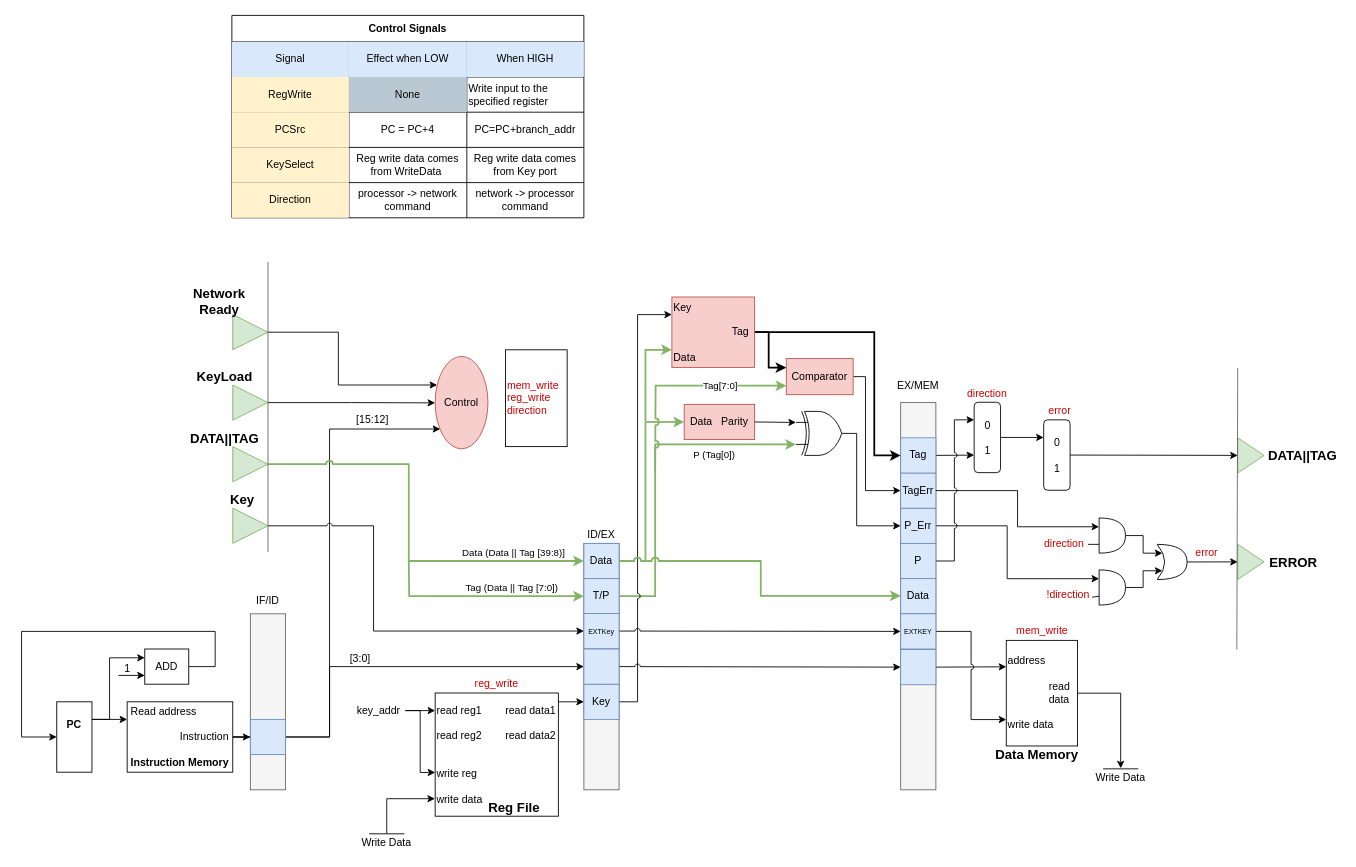
The draw.io diagram overall.drawio in featherbear/UNSW-COMP3211, before the edit. Source tidied: cells renumbered, new cells numbered last; positions are measured from the earlier drawing's top-left corner, leaving out a move shared by most shapes. Both pictures are drawn from the tidied source at 88%, with x=0, y=0 at pixel (21, 15).
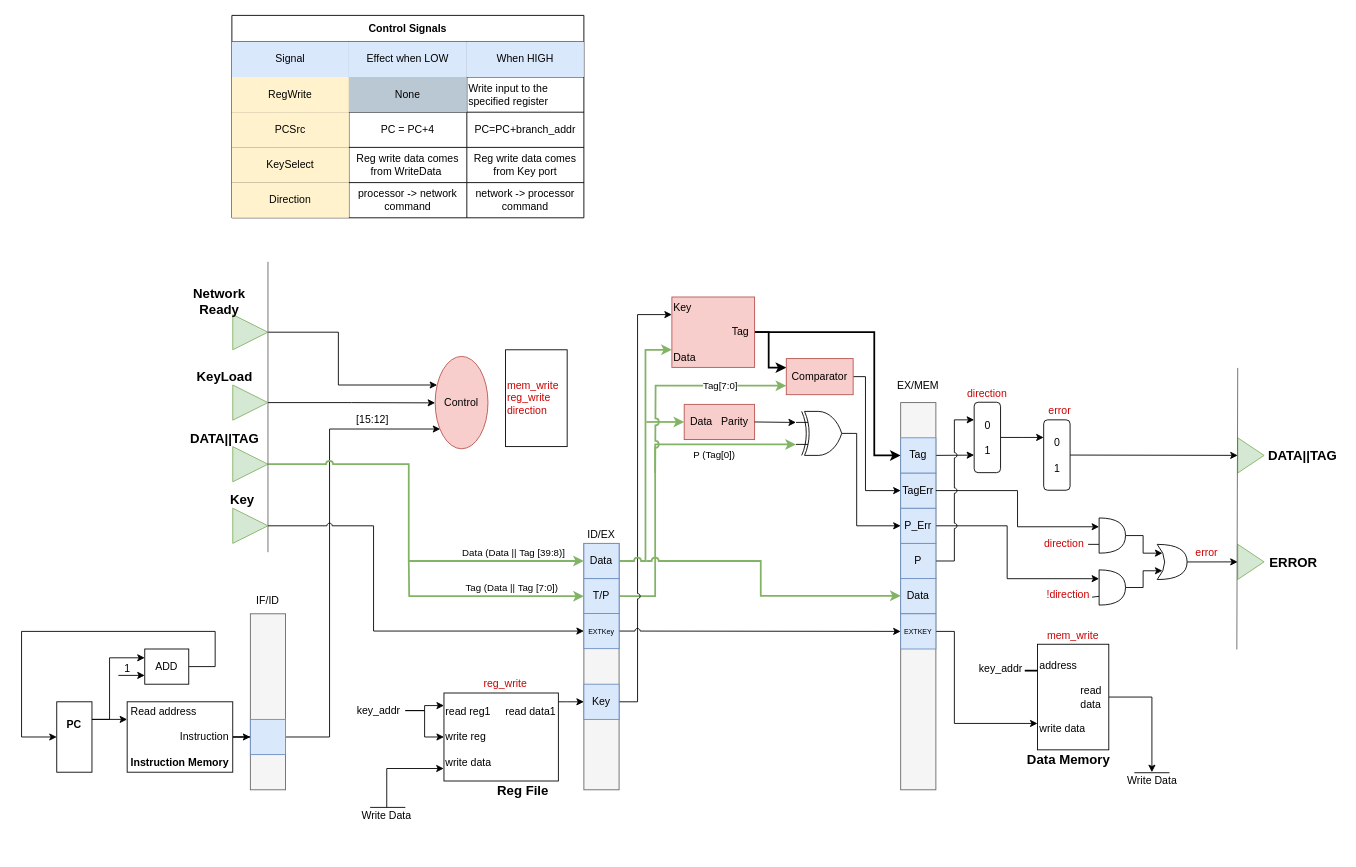
The same diagram, later.

Unchanged cells that the change refers to:
```xml
<mxCell id="28" style="whiteSpace=wrap;html=1;fillColor=#dae8fc;strokeColor=#6c8ebf;" parent="1" vertex="1">
  <mxGeometry x="260" y="800" width="40" height="40" as="geometry" />
</mxCell>
<mxCell id="114" value="key_addr" style="text;html=1;strokeColor=none;fillColor=none;align=center;verticalAlign=middle;whiteSpace=wrap;rounded=0;" parent="1" vertex="1">
  <mxGeometry x="376.1" y="780" width="60" height="20" as="geometry" />
</mxCell>
<mxCell id="129" value="&lt;font style=&quot;font-size: 8px&quot;&gt;EXTKEY&lt;/font&gt;" style="whiteSpace=wrap;html=1;fillColor=#dae8fc;strokeColor=#6c8ebf;" parent="1" vertex="1">
  <mxGeometry x="999" y="680" width="40" height="40" as="geometry" />
</mxCell>
```

Diff of the diagram source:
```diff
@@
-    <mxCell id="11" value="&lt;div&gt;&lt;span&gt;read reg1&amp;nbsp; &amp;nbsp; &amp;nbsp; &amp;nbsp; read data1&lt;/span&gt;&lt;/div&gt;&lt;div&gt;&lt;span&gt;&lt;br&gt;&lt;/span&gt;&lt;/div&gt;&lt;div&gt;&lt;span&gt;read reg2&amp;nbsp; &amp;nbsp; &amp;nbsp; &amp;nbsp; read data2&lt;/span&gt;&lt;/div&gt;&lt;div&gt;&lt;span&gt;&lt;br&gt;&lt;/span&gt;&lt;/div&gt;&lt;div style=&quot;text-align: right&quot;&gt;&lt;br&gt;&lt;/div&gt;&lt;div&gt;&lt;span&gt;write reg&lt;/span&gt;&lt;/div&gt;&lt;div&gt;&lt;span&gt;&lt;br&gt;&lt;/span&gt;&lt;/div&gt;write data" style="rounded=0;whiteSpace=wrap;html=1;align=left;" parent="1" vertex="1">
-      <mxGeometry x="470" y="770" width="140" height="140" as="geometry" />
+    <mxCell id="11" value="&lt;div&gt;&lt;span&gt;read reg1&amp;nbsp; &amp;nbsp; &amp;nbsp;read data1&lt;/span&gt;&lt;/div&gt;&lt;div style=&quot;text-align: right&quot;&gt;&lt;br&gt;&lt;/div&gt;&lt;div&gt;&lt;span&gt;write reg&lt;/span&gt;&lt;/div&gt;&lt;div&gt;&lt;span&gt;&lt;br&gt;&lt;/span&gt;&lt;/div&gt;write data" style="rounded=0;whiteSpace=wrap;html=1;align=left;" parent="1" vertex="1">
+      <mxGeometry x="480" y="770" width="130" height="100" as="geometry" />
     </mxCell>
     <mxCell id="12" style="edgeStyle=orthogonalEdgeStyle;rounded=0;jumpStyle=arc;jettySize=auto;html=1;exitX=1;exitY=0.5;exitDx=0;exitDy=0;strokeWidth=1;entryX=0.5;entryY=0;entryDx=0;entryDy=0;" parent="1" edge="1" source="13" target="87">
       <mxGeometry relative="1" as="geometry">
         <Array as="points">
-          <mxPoint x="1249" y="770.6" />
+          <mxPoint x="1284.5" y="775" />
         </Array>
       </mxGeometry>
     </mxCell>
+    <mxCell id="136" style="edgeStyle=orthogonalEdgeStyle;rounded=0;jumpStyle=arc;jettySize=auto;html=1;exitX=0;exitY=0.25;exitDx=0;exitDy=0;startArrow=none;startFill=0;endArrow=none;endFill=0;strokeWidth=2;" parent="1" edge="1" source="13">
+      <mxGeometry relative="1" as="geometry">
+        <mxPoint x="1140" y="744.5" as="targetPoint" />
+      </mxGeometry>
+    </mxCell>
     <mxCell id="13" value="&lt;div&gt;&lt;span&gt;address&lt;/span&gt;&lt;/div&gt;&lt;div&gt;&lt;span&gt;&lt;br&gt;&lt;/span&gt;&lt;/div&gt;&lt;div&gt;&lt;span&gt;&amp;nbsp; &amp;nbsp; &amp;nbsp; &amp;nbsp; &amp;nbsp; &amp;nbsp; &amp;nbsp; read&lt;/span&gt;&lt;/div&gt;&lt;div&gt;&lt;span&gt;&amp;nbsp; &amp;nbsp; &amp;nbsp; &amp;nbsp; &amp;nbsp; &amp;nbsp; &amp;nbsp; data&lt;/span&gt;&lt;/div&gt;&lt;div style=&quot;text-align: right&quot;&gt;&lt;br&gt;&lt;/div&gt;&lt;div&gt;&lt;span&gt;write data&lt;/span&gt;&lt;/div&gt;" style="rounded=0;whiteSpace=wrap;html=1;align=left;" parent="1" vertex="1">
-      <mxGeometry x="1119" y="710.2" width="81" height="120" as="geometry" />
+      <mxGeometry x="1154.5" y="714.6" width="81" height="120" as="geometry" />
     </mxCell>
-    <mxCell id="14" style="endArrow=classic;html=1;entryX=0;entryY=0.25;entryDx=0;entryDy=0;exitX=1;exitY=0.5;exitDx=0;exitDy=0;rounded=0;edgeStyle=elbowEdgeStyle;jumpStyle=arc;" parent="1" edge="1" source="33" target="13">
-      <mxGeometry relative="1" as="geometry" />
-    </mxCell>
     <mxCell id="15" value="&lt;font style=&quot;font-size: 15px&quot;&gt;&lt;b&gt;Reg File&lt;/b&gt;&lt;/font&gt;" style="text;html=1;strokeColor=none;fillColor=none;align=center;verticalAlign=middle;whiteSpace=wrap;rounded=0;" parent="1" vertex="1">
-      <mxGeometry x="520" y="890" width="80" height="20" as="geometry" />
+      <mxGeometry x="530" y="870" width="80" height="20" as="geometry" />
     </mxCell>
     <mxCell id="16" value="&lt;font style=&quot;font-size: 15px&quot;&gt;&lt;b&gt;Data Memory&lt;/b&gt;&lt;/font&gt;" style="text;html=1;strokeColor=none;fillColor=none;align=center;verticalAlign=middle;whiteSpace=wrap;rounded=0;" parent="1" vertex="1">
-      <mxGeometry x="1094" y="830.2" width="120" height="20" as="geometry" />
+      <mxGeometry x="1129.5" y="834.6" width="120" height="20" as="geometry" />
     </mxCell>
@@
-    <mxCell id="18" style="endArrow=classic;html=1;exitX=1;exitY=0.5;exitDx=0;exitDy=0;rounded=0;strokeWidth=1;edgeStyle=elbowEdgeStyle;entryX=0;entryY=0.5;entryDx=0;entryDy=0;" parent="1" edge="1" source="28" target="32">
-      <mxGeometry relative="1" as="geometry">
-        <Array as="points">
-          <mxPoint x="350" y="780" />
-        </Array>
-      </mxGeometry>
-    </mxCell>
-    <mxCell id="19" value="[3:0]" style="text;html=1;strokeColor=none;fillColor=none;align=center;verticalAlign=middle;whiteSpace=wrap;rounded=0;" parent="1" vertex="1">
-      <mxGeometry x="365" y="720.6" width="40" height="20" as="geometry" />
-    </mxCell>
@@
-    <mxCell id="31" style="edgeStyle=orthogonalEdgeStyle;rounded=0;jettySize=auto;html=1;exitX=1;exitY=0.5;exitDx=0;exitDy=0;entryX=0;entryY=0.5;entryDx=0;entryDy=0;strokeWidth=1;jumpStyle=arc;" parent="1" edge="1" source="32" target="33">
-      <mxGeometry relative="1" as="geometry" />
-    </mxCell>
-    <mxCell id="32" style="whiteSpace=wrap;html=1;fillColor=#dae8fc;strokeColor=#6c8ebf;" parent="1" vertex="1">
-      <mxGeometry x="639" y="720" width="40" height="40" as="geometry" />
-    </mxCell>
-    <mxCell id="33" style="whiteSpace=wrap;html=1;fillColor=#dae8fc;strokeColor=#6c8ebf;" parent="1" vertex="1">
-      <mxGeometry x="999" y="720.6" width="40" height="40" as="geometry" />
-    </mxCell>
@@
     <mxCell id="56" style="endArrow=none;html=1;strokeWidth=1;" parent="1" edge="1">
       <mxGeometry relative="1" as="geometry">
-        <mxPoint x="395" y="930" as="sourcePoint" />
-        <mxPoint x="435" y="930" as="targetPoint" />
+        <mxPoint x="396.1" y="900" as="sourcePoint" />
+        <mxPoint x="436.1" y="900" as="targetPoint" />
       </mxGeometry>
     </mxCell>
@@
     <mxCell id="58" value="Write Data" style="text;html=1;strokeColor=none;fillColor=none;align=center;verticalAlign=middle;whiteSpace=wrap;rounded=0;" parent="1" vertex="1">
-      <mxGeometry x="365" y="930" width="100" height="20" as="geometry" />
+      <mxGeometry x="365" y="900" width="100" height="20" as="geometry" />
     </mxCell>
@@
     <mxCell id="87" value="Write Data" style="text;html=1;strokeColor=none;fillColor=none;align=center;verticalAlign=middle;whiteSpace=wrap;rounded=0;" parent="1" vertex="1">
-      <mxGeometry x="1214" y="855.6" width="70" height="20" as="geometry" />
+      <mxGeometry x="1249.5" y="860" width="70" height="20" as="geometry" />
     </mxCell>
@@
-    <mxCell id="113" style="edgeStyle=elbowEdgeStyle;rounded=0;jumpStyle=arc;jettySize=auto;html=1;entryX=0.001;entryY=0.645;entryDx=0;entryDy=0;entryPerimeter=0;strokeWidth=1;" parent="1" edge="1" source="114" target="11">
+    <mxCell id="113" style="edgeStyle=elbowEdgeStyle;rounded=0;jumpStyle=arc;jettySize=auto;html=1;entryX=0;entryY=0.5;entryDx=0;entryDy=0;strokeWidth=1;" parent="1" edge="1" source="114" target="11">
       <mxGeometry relative="1" as="geometry" />
     </mxCell>
@@
     <mxCell id="128" style="edgeStyle=orthogonalEdgeStyle;rounded=0;jumpStyle=arc;jettySize=auto;html=1;exitX=1;exitY=0.5;exitDx=0;exitDy=0;entryX=0;entryY=0.75;entryDx=0;entryDy=0;startArrow=none;startFill=0;endArrow=classic;endFill=1;strokeWidth=1;" parent="1" edge="1" source="129" target="13">
-      <mxGeometry relative="1" as="geometry" />
+      <mxGeometry relative="1" as="geometry">
+        <Array as="points">
+          <mxPoint x="1060" y="700" />
+          <mxPoint x="1060" y="805" />
+        </Array>
+      </mxGeometry>
     </mxCell>
@@
     <mxCell id="130" style="endArrow=none;html=1;strokeWidth=1;" parent="1" edge="1">
       <mxGeometry relative="1" as="geometry">
-        <mxPoint x="1229" y="856.2" as="sourcePoint" />
-        <mxPoint x="1269" y="856.2" as="targetPoint" />
+        <mxPoint x="1264.5" y="860.6" as="sourcePoint" />
+        <mxPoint x="1304.5" y="860.6" as="targetPoint" />
       </mxGeometry>
     </mxCell>
     <mxCell id="131" value="&lt;font color=&quot;#cc0000&quot;&gt;mem_write&lt;/font&gt;" style="text;html=1;strokeColor=none;fillColor=none;align=center;verticalAlign=middle;whiteSpace=wrap;rounded=0;" parent="1" vertex="1">
-      <mxGeometry x="1134.5" y="690.2" width="50" height="20" as="geometry" />
+      <mxGeometry x="1170" y="694.6" width="50" height="20" as="geometry" />
     </mxCell>
     <mxCell id="132" value="&lt;font color=&quot;#cc0000&quot;&gt;reg_write&lt;/font&gt;" style="text;html=1;strokeColor=none;fillColor=none;align=center;verticalAlign=middle;whiteSpace=wrap;rounded=0;" parent="1" vertex="1">
-      <mxGeometry x="515" y="750" width="50" height="20" as="geometry" />
+      <mxGeometry x="525" y="750" width="50" height="20" as="geometry" />
     </mxCell>
@@
+    <mxCell id="137" value="key_addr" style="text;html=1;strokeColor=none;fillColor=none;align=center;verticalAlign=middle;whiteSpace=wrap;rounded=0;" parent="1" vertex="1">
+      <mxGeometry x="1082.5" y="733" width="60" height="20" as="geometry" />
+    </mxCell>
```
